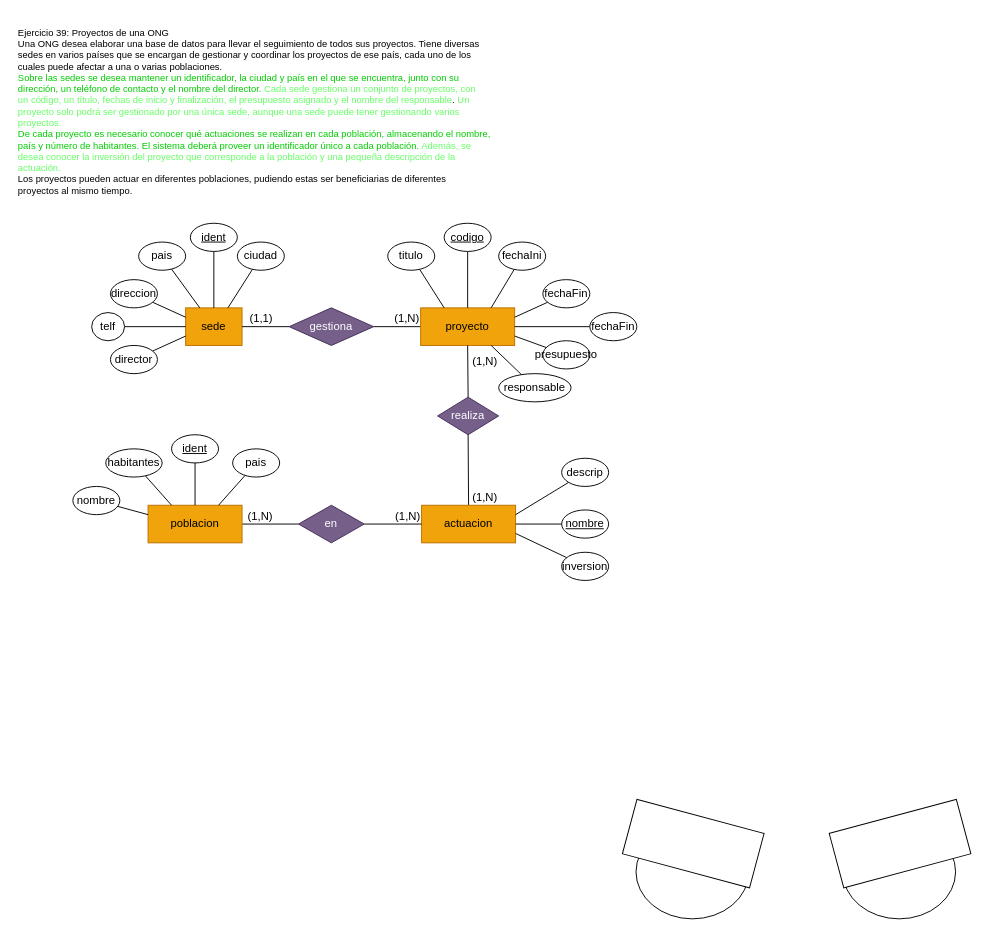
This is RelacionEjercicios5/Ejercicio39.drawio from Neixxl/BaseDeDatos, a draw.io file, before an edit. Source tidied: cells renumbered, new cells numbered last; positions are measured from the earlier drawing's top-left corner, leaving out a move shared by most shapes. Both pictures are drawn from the tidied source at 94%, with x=0, y=0 at pixel (16, 16).
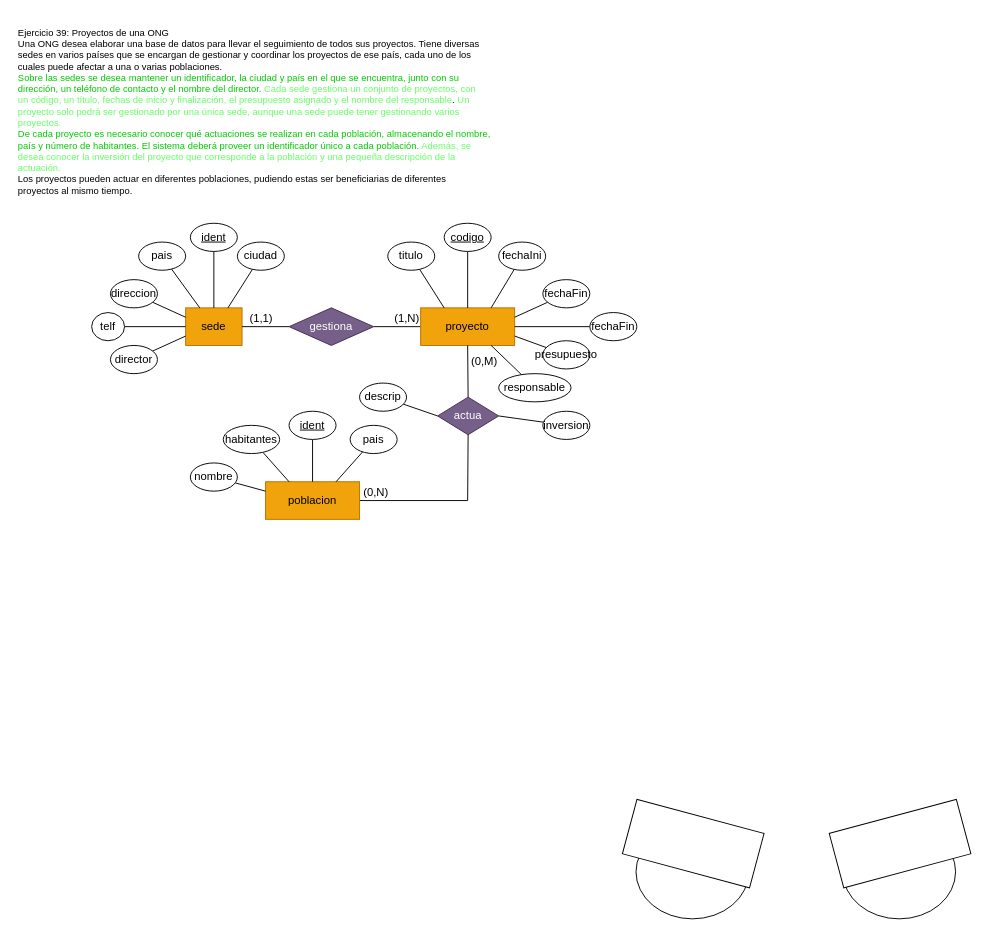
After the change.

Unchanged cells that the change refers to:
```xml
<mxCell id="41" style="endArrow=none;html=1;rounded=0;exitX=0.5;exitY=0;exitDx=0;exitDy=0;entryX=0.5;entryY=1;entryDx=0;entryDy=0;" parent="1" edge="1" source="40" target="25">
  <mxGeometry relative="1" as="geometry" />
</mxCell>
```

Diff of the diagram source:
```diff
@@
-    <mxCell id="40" value="realiza" style="shape=rhombus;perimeter=rhombusPerimeter;whiteSpace=wrap;html=1;align=center;fillColor=#76608a;fontColor=#ffffff;strokeColor=#432D57;" parent="1" vertex="1">
+    <mxCell id="40" value="actua" style="shape=rhombus;perimeter=rhombusPerimeter;whiteSpace=wrap;html=1;align=center;fillColor=#76608a;fontColor=#ffffff;strokeColor=#432D57;" parent="1" vertex="1">
       <mxGeometry x="448" y="405" width="65" height="40" as="geometry" />
     </mxCell>
@@
-    <mxCell id="42" value="(1,N)" style="html=1;whiteSpace=wrap;align=right;verticalAlign=bottom;" parent="41" vertex="1">
+    <mxCell id="42" value="(0,M)" style="html=1;whiteSpace=wrap;align=right;verticalAlign=bottom;" parent="41" vertex="1">
       <mxGeometry x="1" relative="1" as="geometry">
         <mxPoint x="33" y="25" as="offset" />
       </mxGeometry>
     </mxCell>
-    <mxCell id="43" style="endArrow=none;html=1;rounded=0;exitX=0.5;exitY=1;exitDx=0;exitDy=0;entryX=0.5;entryY=0;entryDx=0;entryDy=0;" parent="1" edge="1" source="40" target="45">
-      <mxGeometry relative="1" as="geometry" />
+    <mxCell id="43" style="endArrow=none;html=1;rounded=0;exitX=0.5;exitY=1;exitDx=0;exitDy=0;entryX=1;entryY=0.5;entryDx=0;entryDy=0;" parent="1" edge="1" source="40" target="51">
+      <mxGeometry relative="1" as="geometry">
+        <Array as="points">
+          <mxPoint x="480" y="515" />
+        </Array>
+      </mxGeometry>
     </mxCell>
-    <mxCell id="44" value="(1,N)" style="html=1;whiteSpace=wrap;align=right;verticalAlign=bottom;" parent="43" vertex="1">
+    <mxCell id="44" value="(0,N)" style="html=1;whiteSpace=wrap;align=right;verticalAlign=bottom;" parent="43" vertex="1">
       <mxGeometry x="1" relative="1" as="geometry">
         <mxPoint x="32" as="offset" />
       </mxGeometry>
     </mxCell>
-    <mxCell id="45" value="actuacion" style="whiteSpace=wrap;html=1;align=center;fillColor=#f0a30a;strokeColor=#BD7000;fontColor=#000000;" parent="1" vertex="1">
-      <mxGeometry x="431" y="520" width="100" height="40" as="geometry" />
-    </mxCell>
-    <mxCell id="46" value="en" style="shape=rhombus;perimeter=rhombusPerimeter;whiteSpace=wrap;html=1;align=center;fillColor=#76608a;fontColor=#ffffff;strokeColor=#432D57;" parent="1" vertex="1">
-      <mxGeometry x="300" y="520" width="70" height="40" as="geometry" />
-    </mxCell>
-    <mxCell id="47" style="endArrow=none;html=1;rounded=0;exitX=0;exitY=0.5;exitDx=0;exitDy=0;entryX=1;entryY=0.5;entryDx=0;entryDy=0;" parent="1" edge="1" source="46" target="51">
-      <mxGeometry relative="1" as="geometry" />
-    </mxCell>
-    <mxCell id="48" value="(1,N)" style="html=1;whiteSpace=wrap;align=right;verticalAlign=bottom;" parent="47" vertex="1">
-      <mxGeometry x="1" relative="1" as="geometry">
-        <mxPoint x="34" as="offset" />
-      </mxGeometry>
-    </mxCell>
-    <mxCell id="49" style="endArrow=none;html=1;rounded=0;exitX=1;exitY=0.5;exitDx=0;exitDy=0;entryX=0;entryY=0.5;entryDx=0;entryDy=0;" parent="1" edge="1" source="46" target="45">
-      <mxGeometry relative="1" as="geometry" />
-    </mxCell>
-    <mxCell id="50" value="(1,N)" style="html=1;whiteSpace=wrap;align=right;verticalAlign=bottom;" parent="49" vertex="1">
-      <mxGeometry x="1" relative="1" as="geometry" />
-    </mxCell>
     <mxCell id="51" value="poblacion" style="whiteSpace=wrap;html=1;align=center;fillColor=#f0a30a;strokeColor=#BD7000;fontColor=#000000;" parent="1" vertex="1">
-      <mxGeometry x="140" y="520" width="100" height="40" as="geometry" />
+      <mxGeometry x="265" y="495" width="100" height="40" as="geometry" />
     </mxCell>
@@
     <mxCell id="53" value="&lt;u&gt;ident&lt;/u&gt;" style="ellipse;whiteSpace=wrap;html=1;align=center;" parent="1" vertex="1">
-      <mxGeometry x="165" y="445" width="50" height="30" as="geometry" />
+      <mxGeometry x="290" y="420" width="50" height="30" as="geometry" />
     </mxCell>
@@
     <mxCell id="55" value="pais" style="ellipse;whiteSpace=wrap;html=1;align=center;" parent="1" vertex="1">
-      <mxGeometry x="230" y="460" width="50" height="30" as="geometry" />
+      <mxGeometry x="355" y="435" width="50" height="30" as="geometry" />
     </mxCell>
@@
     <mxCell id="57" value="habitantes" style="ellipse;whiteSpace=wrap;html=1;align=center;" parent="1" vertex="1">
-      <mxGeometry x="95" y="460" width="60" height="30" as="geometry" />
+      <mxGeometry x="220" y="435" width="60" height="30" as="geometry" />
     </mxCell>
@@
     <mxCell id="59" value="nombre" style="ellipse;whiteSpace=wrap;html=1;align=center;" parent="1" vertex="1">
-      <mxGeometry x="60" y="500" width="50" height="30" as="geometry" />
+      <mxGeometry x="185" y="475" width="50" height="30" as="geometry" />
     </mxCell>
-    <mxCell id="60" style="endArrow=none;html=1;rounded=0;exitX=1;exitY=0.5;exitDx=0;exitDy=0;" parent="1" edge="1" source="45" target="61">
-      <mxGeometry relative="1" as="geometry" />
-    </mxCell>
-    <mxCell id="61" value="&lt;u&gt;nombre&lt;/u&gt;" style="ellipse;whiteSpace=wrap;html=1;align=center;" parent="1" vertex="1">
-      <mxGeometry x="580" y="525" width="50" height="30" as="geometry" />
-    </mxCell>
-    <mxCell id="62" style="endArrow=none;html=1;rounded=0;exitX=1;exitY=0.25;exitDx=0;exitDy=0;" parent="1" edge="1" source="45" target="63">
+    <mxCell id="62" style="endArrow=none;html=1;rounded=0;exitX=0;exitY=0.5;exitDx=0;exitDy=0;" parent="1" edge="1" source="40" target="63">
       <mxGeometry relative="1" as="geometry" />
     </mxCell>
     <mxCell id="63" value="descrip" style="ellipse;whiteSpace=wrap;html=1;align=center;" parent="1" vertex="1">
-      <mxGeometry x="580" y="470" width="50" height="30" as="geometry" />
+      <mxGeometry x="365" y="390" width="50" height="30" as="geometry" />
     </mxCell>
-    <mxCell id="64" style="endArrow=none;html=1;rounded=0;exitX=1;exitY=0.75;exitDx=0;exitDy=0;" parent="1" edge="1" source="45" target="65">
+    <mxCell id="64" style="endArrow=none;html=1;rounded=0;exitX=1;exitY=0.5;exitDx=0;exitDy=0;" parent="1" edge="1" source="40" target="65">
       <mxGeometry relative="1" as="geometry" />
     </mxCell>
     <mxCell id="65" value="inversion" style="ellipse;whiteSpace=wrap;html=1;align=center;" parent="1" vertex="1">
-      <mxGeometry x="580" y="570" width="50" height="30" as="geometry" />
+      <mxGeometry x="560" y="420" width="50" height="30" as="geometry" />
     </mxCell>
```
